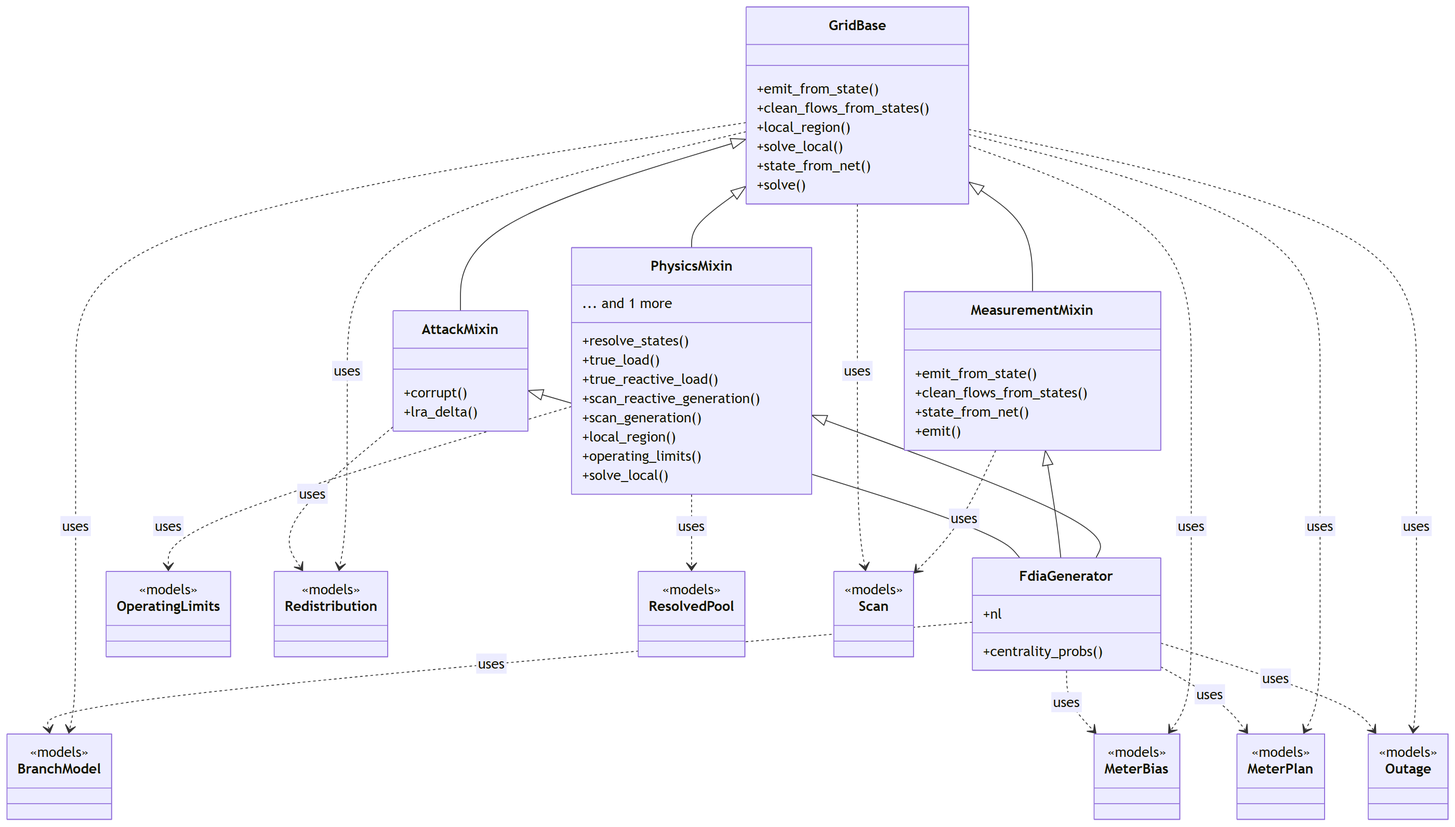
myersben9/fdia-graph keeps this Mermaid diagram as docs/figures/diagrams/classes_engine.png. Above is the earlier version. Its source is kept beside it as docs/figures/diagrams/classes_engine.mmd. The source it was exported from:
```mermaid
classDiagram
    class GridBase {
        +emit_from_state()
        +clean_flows_from_states()
        +local_region()
        +solve_local()
        +state_from_net()
        +solve()
    }
    class MeasurementMixin {
        +emit_from_state()
        +clean_flows_from_states()
        +state_from_net()
        +emit()
    }
    class PhysicsMixin {
        +resolve_states()
        +true_load()
        +true_reactive_load()
        +scan_reactive_generation()
        +scan_generation()
        +local_region()
        +operating_limits()
        +solve_local()
        ... and 1 more
    }
    class AttackMixin {
        +corrupt()
        +lra_delta()
    }
    class FdiaGenerator {
        +nl
        +centrality_probs()
    }
    class BranchModel {
        <<models>>
    }
    class MeterBias {
        <<models>>
    }
    class MeterPlan {
        <<models>>
    }
    class OperatingLimits {
        <<models>>
    }
    class Outage {
        <<models>>
    }
    class Redistribution {
        <<models>>
    }
    class ResolvedPool {
        <<models>>
    }
    class Scan {
        <<models>>
    }
    AttackMixin <|-- FdiaGenerator
    GridBase <|-- AttackMixin
    GridBase <|-- MeasurementMixin
    GridBase <|-- PhysicsMixin
    MeasurementMixin <|-- FdiaGenerator
    PhysicsMixin <|-- FdiaGenerator
    AttackMixin ..> Redistribution : uses
    FdiaGenerator ..> BranchModel : uses
    FdiaGenerator ..> MeterBias : uses
    FdiaGenerator ..> MeterPlan : uses
    FdiaGenerator ..> Outage : uses
    GridBase ..> BranchModel : uses
    GridBase ..> MeterBias : uses
    GridBase ..> MeterPlan : uses
    GridBase ..> Outage : uses
    GridBase ..> Redistribution : uses
    GridBase ..> Scan : uses
    MeasurementMixin ..> Scan : uses
    PhysicsMixin ..> OperatingLimits : uses
    PhysicsMixin ..> ResolvedPool : uses
```
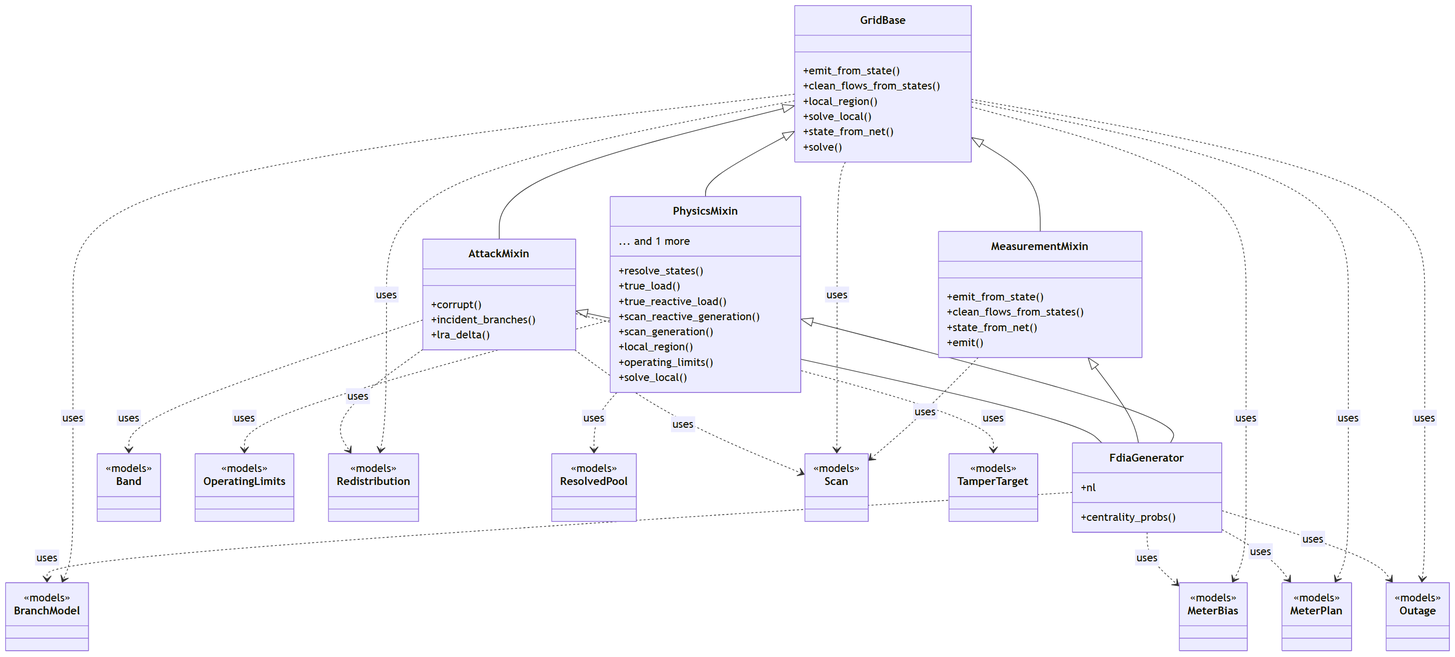
The same diagram one commit later.

Commit message:
Engine: attack parameters as data models (Band, TamperTarget, AttackDesign) (#140)

Change to the diagram source:
```diff
@@ -26,11 +26,15 @@
     }
     class AttackMixin {
         +corrupt()
+        +incident_branches()
         +lra_delta()
     }
     class FdiaGenerator {
         +nl
         +centrality_probs()
+    }
+    class Band {
+        <<models>>
     }
     class BranchModel {
         <<models>>
@@ -56,13 +60,19 @@
     class Scan {
         <<models>>
     }
+    class TamperTarget {
+        <<models>>
+    }
     AttackMixin <|-- FdiaGenerator
     GridBase <|-- AttackMixin
     GridBase <|-- MeasurementMixin
     GridBase <|-- PhysicsMixin
     MeasurementMixin <|-- FdiaGenerator
     PhysicsMixin <|-- FdiaGenerator
+    AttackMixin ..> Band : uses
     AttackMixin ..> Redistribution : uses
+    AttackMixin ..> Scan : uses
+    AttackMixin ..> TamperTarget : uses
     FdiaGenerator ..> BranchModel : uses
     FdiaGenerator ..> MeterBias : uses
     FdiaGenerator ..> MeterPlan : uses
```
